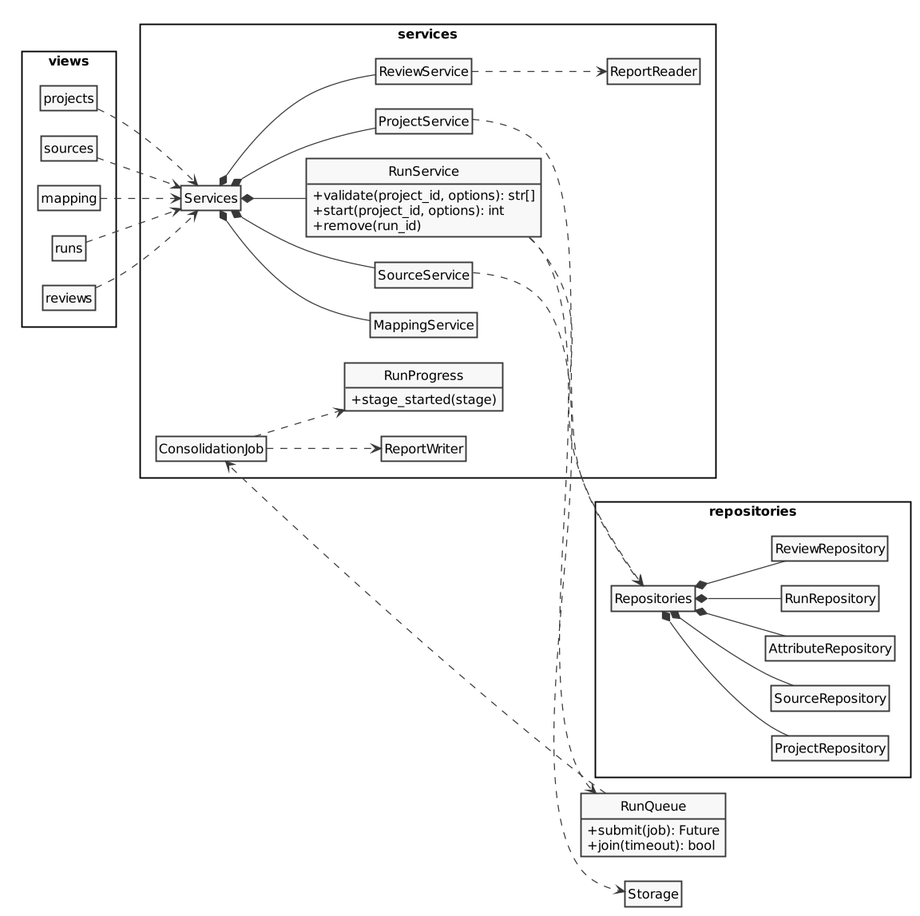
denys-bw/diploma-consolidation keeps this PlantUML diagram as docs/diagrams/7_web_classes.png. Above is the earlier version. Its source is kept beside it as docs/diagrams/7_web_classes.puml.
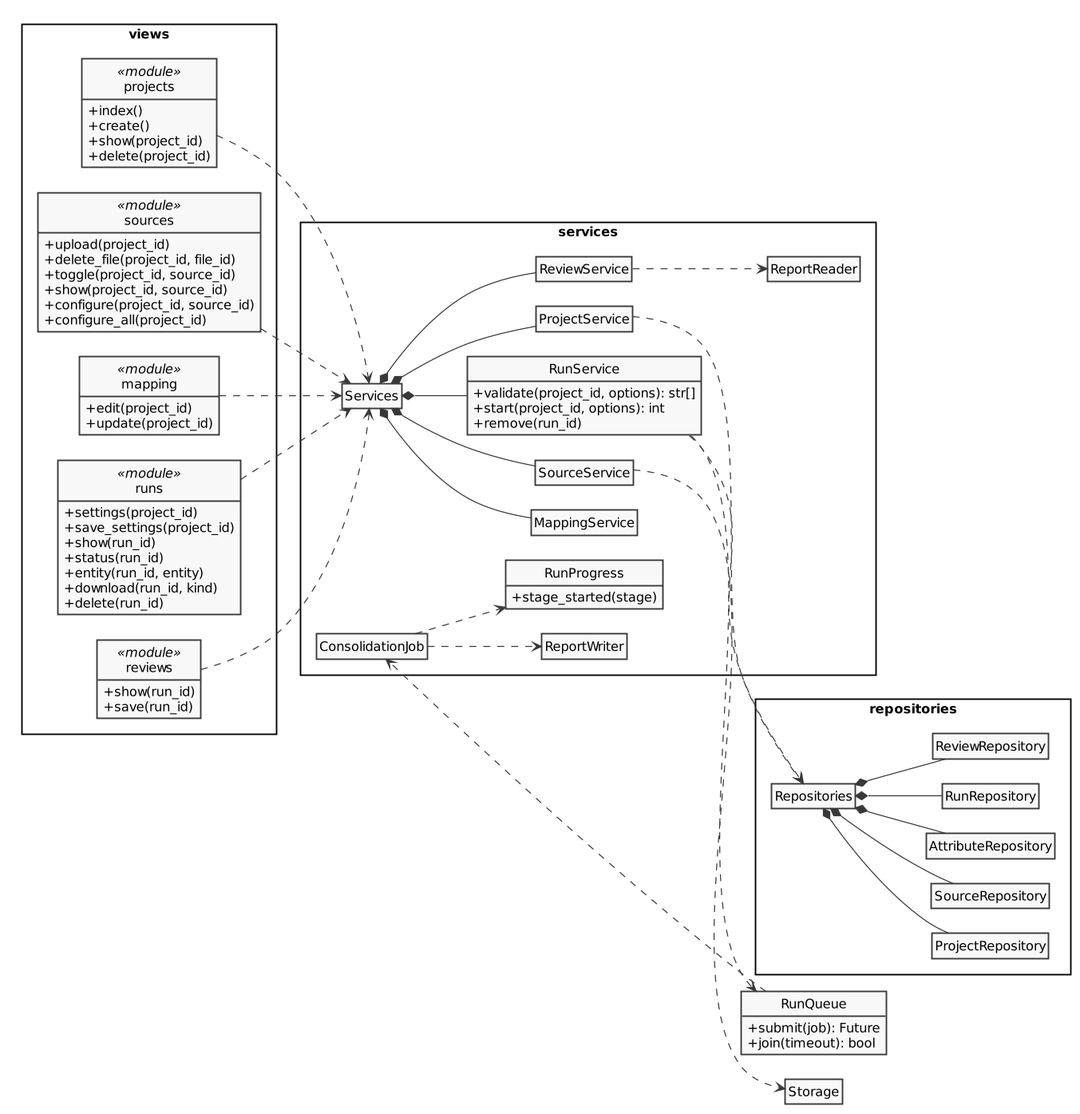
The same file after the commit.

Commit message:
Clarify Flights results and view modules in UML

Diff of the diagram source:
```diff
@@ -2,11 +2,37 @@
 !include style.iuml
 left to right direction
 package views {
-  class "projects" as vp
-  class "sources" as vs
-  class "mapping" as vm
-  class "runs" as vr
-  class "reviews" as vv
+  class "projects" as vp <<module>> {
+    +index()
+    +create()
+    +show(project_id)
+    +delete(project_id)
+  }
+  class "sources" as vs <<module>> {
+    +upload(project_id)
+    +delete_file(project_id, file_id)
+    +toggle(project_id, source_id)
+    +show(project_id, source_id)
+    +configure(project_id, source_id)
+    +configure_all(project_id)
+  }
+  class "mapping" as vm <<module>> {
+    +edit(project_id)
+    +update(project_id)
+  }
+  class "runs" as vr <<module>> {
+    +settings(project_id)
+    +save_settings(project_id)
+    +show(run_id)
+    +status(run_id)
+    +entity(run_id, entity)
+    +download(run_id, kind)
+    +delete(run_id)
+  }
+  class "reviews" as vv <<module>> {
+    +show(run_id)
+    +save(run_id)
+  }
 }
 package services {
   class Services
```
